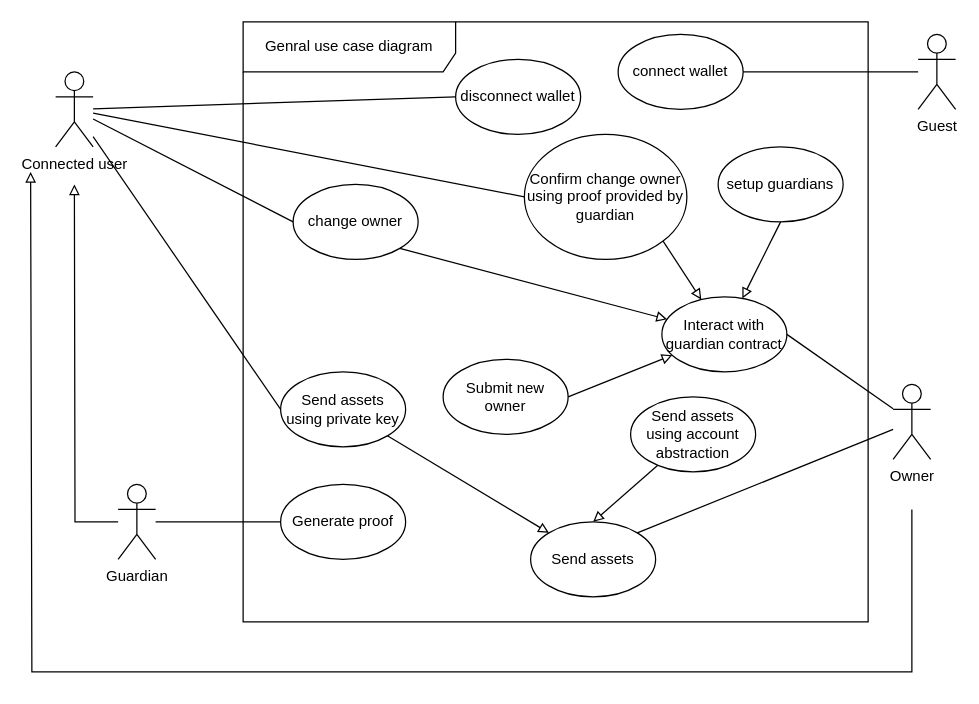
This is page "general-usecase-diagram" (5 of 13) of documents/master.drawio from phamhongphuc1999/account-abstraction-app, a draw.io file, before an edit. Source tidied: cells renumbered, new cells numbered last; positions are measured from the earlier drawing's top-left corner, leaving out a move shared by most shapes. Both pictures are drawn from the tidied source at 125%, with x=0, y=0 at pixel (30, 21).
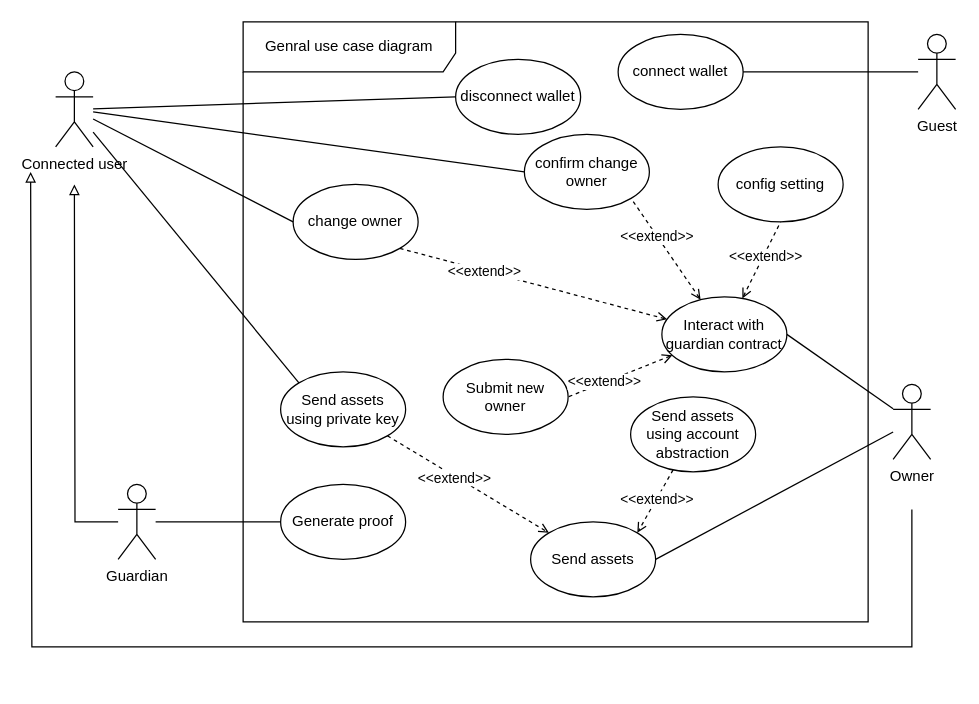
The same page after the edit.

The change refers to these unchanged cells:
```xml
<mxCell id="2" value="Genral use case diagram" style="shape=umlFrame;whiteSpace=wrap;html=1;width=170;height=40;" parent="1" vertex="1">
  <mxGeometry x="170" width="500" height="480" as="geometry" />
</mxCell>
<mxCell id="4" value="Send assets" style="ellipse;whiteSpace=wrap;html=1;" parent="2" vertex="1">
  <mxGeometry x="230" y="400" width="100" height="60" as="geometry" />
</mxCell>
<mxCell id="5" value="Submit new owner" style="ellipse;whiteSpace=wrap;html=1;" parent="2" vertex="1">
  <mxGeometry x="160" y="270" width="100" height="60" as="geometry" />
</mxCell>
<mxCell id="8" value="change owner" style="ellipse;whiteSpace=wrap;html=1;" parent="2" vertex="1">
  <mxGeometry x="40" y="130" width="100" height="60" as="geometry" />
</mxCell>
<mxCell id="11" value="Interact with guardian contract" style="ellipse;whiteSpace=wrap;html=1;" parent="2" vertex="1">
  <mxGeometry x="335" y="220" width="100" height="60" as="geometry" />
</mxCell>
<mxCell id="17" value="Send assets using private key" style="ellipse;whiteSpace=wrap;html=1;" parent="2" vertex="1">
  <mxGeometry x="30" y="280" width="100" height="60" as="geometry" />
</mxCell>
<mxCell id="19" value="Send assets using account abstraction" style="ellipse;whiteSpace=wrap;html=1;" parent="2" vertex="1">
  <mxGeometry x="310" y="300" width="100" height="60" as="geometry" />
</mxCell>
<mxCell id="26" value="Connected user" style="shape=umlActor;html=1;verticalLabelPosition=bottom;verticalAlign=top;align=center;" parent="1" vertex="1">
  <mxGeometry x="20" y="40" width="30" height="60" as="geometry" />
</mxCell>
<mxCell id="29" value="Owner" style="shape=umlActor;html=1;verticalLabelPosition=bottom;verticalAlign=top;align=center;" parent="1" vertex="1">
  <mxGeometry x="690" y="290" width="30" height="60" as="geometry" />
</mxCell>
```

Change to the diagram source:
```diff
@@
-    <mxCell id="7" value="Confirm change owner using proof provided by guardian" style="ellipse;whiteSpace=wrap;html=1;" parent="2" vertex="1">
-      <mxGeometry x="225" y="90" width="130" height="100" as="geometry" />
+    <mxCell id="7" value="confirm change owner" style="ellipse;whiteSpace=wrap;html=1;" parent="2" vertex="1">
+      <mxGeometry x="225" y="90" width="100" height="60" as="geometry" />
     </mxCell>
@@
-    <mxCell id="9" value="setup guardians" style="ellipse;whiteSpace=wrap;html=1;" parent="2" vertex="1">
+    <mxCell id="9" value="config setting" style="ellipse;whiteSpace=wrap;html=1;" parent="2" vertex="1">
       <mxGeometry x="380" y="100" width="100" height="60" as="geometry" />
     </mxCell>
@@
-    <mxCell id="12" style="rounded=0;jettySize=auto;html=1;entryX=1;entryY=1;entryDx=0;entryDy=0;endArrow=none;endFill=0;strokeWidth=1;startArrow=block;startFill=0;" parent="2" edge="1" source="11" target="7">
+    <mxCell id="12" style="rounded=0;jettySize=auto;html=1;entryX=1;entryY=1;entryDx=0;entryDy=0;endArrow=none;endFill=0;strokeWidth=1;startArrow=open;startFill=0;dashed=1;" parent="2" edge="1" source="11" target="7">
       <mxGeometry relative="1" as="geometry" />
     </mxCell>
+    <mxCell id="34" value="&amp;lt;&amp;lt;extend&amp;gt;&amp;gt;" style="edgeLabel;html=1;align=center;verticalAlign=middle;" parent="12" vertex="1">
+      <mxGeometry x="0.27" y="1" relative="1" as="geometry" />
+    </mxCell>
-    <mxCell id="13" style="rounded=0;jettySize=auto;html=1;entryX=1;entryY=1;entryDx=0;entryDy=0;endArrow=none;endFill=0;startArrow=block;startFill=0;" parent="2" edge="1" source="11" target="8">
+    <mxCell id="13" style="rounded=0;jettySize=auto;html=1;entryX=1;entryY=1;entryDx=0;entryDy=0;endArrow=none;endFill=0;startArrow=open;startFill=0;dashed=1;" parent="2" edge="1" source="11" target="8">
       <mxGeometry relative="1" as="geometry" />
     </mxCell>
+    <mxCell id="35" value="&amp;lt;&amp;lt;extend&amp;gt;&amp;gt;" style="edgeLabel;html=1;align=center;verticalAlign=middle;" parent="13" vertex="1">
+      <mxGeometry x="0.37" y="1" relative="1" as="geometry" />
+    </mxCell>
-    <mxCell id="14" style="rounded=0;jettySize=auto;html=1;entryX=0.5;entryY=1;entryDx=0;entryDy=0;endArrow=none;endFill=0;startArrow=block;startFill=0;" parent="2" edge="1" source="11" target="9">
+    <mxCell id="14" style="rounded=0;jettySize=auto;html=1;entryX=0.5;entryY=1;entryDx=0;entryDy=0;endArrow=none;endFill=0;startArrow=open;startFill=0;dashed=1;" parent="2" edge="1" source="11" target="9">
       <mxGeometry relative="1" as="geometry" />
     </mxCell>
+    <mxCell id="36" value="&amp;lt;&amp;lt;extend&amp;gt;&amp;gt;" style="edgeLabel;html=1;align=center;verticalAlign=middle;" parent="14" vertex="1">
+      <mxGeometry x="0.1" y="-1" relative="1" as="geometry" />
+    </mxCell>
-    <mxCell id="15" style="rounded=0;jettySize=auto;html=1;entryX=1;entryY=0.5;entryDx=0;entryDy=0;endArrow=none;endFill=0;startArrow=block;startFill=0;" parent="2" edge="1" source="11" target="5">
+    <mxCell id="15" style="rounded=0;jettySize=auto;html=1;entryX=1;entryY=0.5;entryDx=0;entryDy=0;endArrow=none;endFill=0;startArrow=open;startFill=0;dashed=1;" parent="2" edge="1" source="11" target="5">
       <mxGeometry relative="1" as="geometry" />
     </mxCell>
+    <mxCell id="37" value="&amp;lt;&amp;lt;extend&amp;gt;&amp;gt;" style="edgeLabel;html=1;align=center;verticalAlign=middle;" parent="15" vertex="1">
+      <mxGeometry x="0.32" y="-1" relative="1" as="geometry" />
+    </mxCell>
-    <mxCell id="16" style="rounded=0;jettySize=auto;html=1;entryX=0;entryY=0;entryDx=0;entryDy=0;endArrow=block;endFill=0;" parent="2" edge="1" source="17" target="4">
+    <mxCell id="16" style="rounded=0;jettySize=auto;html=1;entryX=0;entryY=0;entryDx=0;entryDy=0;endArrow=open;endFill=0;dashed=1;" parent="2" edge="1" source="17" target="4">
       <mxGeometry relative="1" as="geometry" />
     </mxCell>
+    <mxCell id="38" value="&amp;lt;&amp;lt;extend&amp;gt;&amp;gt;" style="edgeLabel;html=1;align=center;verticalAlign=middle;" parent="16" vertex="1">
+      <mxGeometry x="-0.17" y="-1" relative="1" as="geometry" />
+    </mxCell>
@@
-    <mxCell id="18" style="rounded=0;jettySize=auto;html=1;entryX=0.5;entryY=0;entryDx=0;entryDy=0;endArrow=block;endFill=0;" parent="2" edge="1" source="19" target="4">
+    <mxCell id="18" style="rounded=0;jettySize=auto;html=1;entryX=1;entryY=0;entryDx=0;entryDy=0;endArrow=open;endFill=0;dashed=1;" parent="2" edge="1" source="19" target="4">
       <mxGeometry relative="1" as="geometry" />
     </mxCell>
+    <mxCell id="39" value="&amp;lt;&amp;lt;extend&amp;gt;&amp;gt;" style="edgeLabel;html=1;align=center;verticalAlign=middle;" parent="18" vertex="1">
+      <mxGeometry x="-0.07" relative="1" as="geometry" />
+    </mxCell>
@@
-    <mxCell id="25" style="rounded=0;jettySize=auto;html=1;entryX=0;entryY=0.5;entryDx=0;entryDy=0;endArrow=none;endFill=0;" parent="1" edge="1" source="26" target="17">
+    <mxCell id="25" style="rounded=0;jettySize=auto;html=1;entryX=0;entryY=0;entryDx=0;entryDy=0;endArrow=none;endFill=0;" parent="1" edge="1" source="26" target="17">
       <mxGeometry relative="1" as="geometry" />
     </mxCell>
@@
-    <mxCell id="27" style="rounded=0;jettySize=auto;html=1;entryX=1;entryY=0;entryDx=0;entryDy=0;endArrow=none;endFill=0;" parent="1" edge="1" source="29" target="4">
+    <mxCell id="27" style="rounded=0;jettySize=auto;html=1;entryX=1;entryY=0.5;entryDx=0;entryDy=0;endArrow=none;endFill=0;" parent="1" edge="1" source="29" target="4">
       <mxGeometry relative="1" as="geometry" />
     </mxCell>
     <mxCell id="28" style="edgeStyle=orthogonalEdgeStyle;rounded=0;orthogonalLoop=1;jettySize=auto;html=1;endArrow=block;endFill=0;" parent="1" edge="1">
       <mxGeometry relative="1" as="geometry">
         <mxPoint x="705" y="390" as="sourcePoint" />
         <mxPoint y="120" as="targetPoint" />
         <Array as="points">
-          <mxPoint x="705" y="520" />
-          <mxPoint x="1" y="520" />
-          <mxPoint x="1" y="120" />
+          <mxPoint x="705" y="500" />
+          <mxPoint x="1" y="500" />
         </Array>
       </mxGeometry>
     </mxCell>
```
